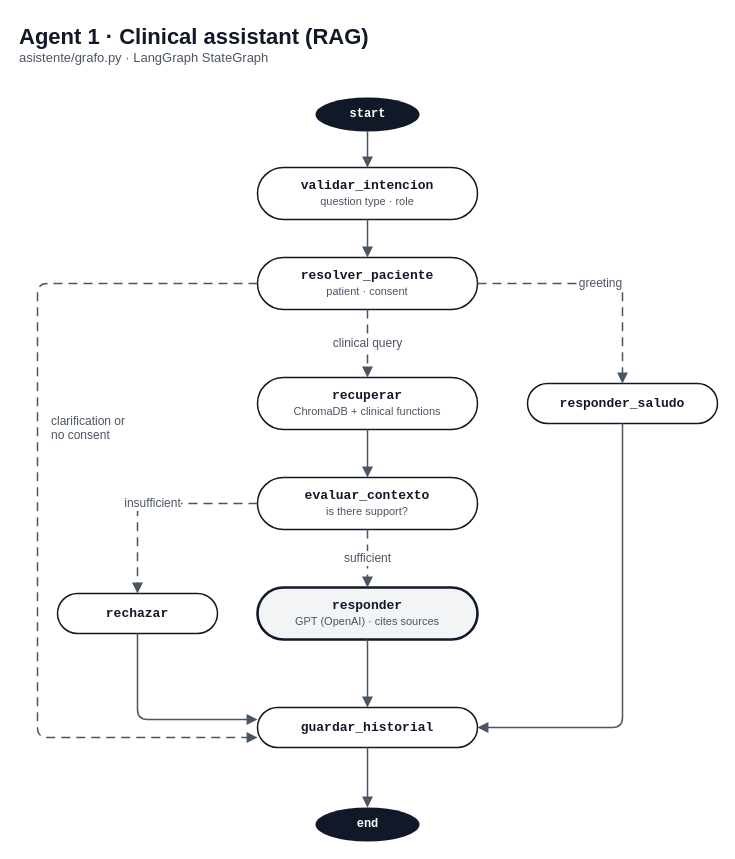
Earlier version of the draw.io diagram docs/diagramas/agente_1_asistente.drawio (Paulina0209/Proyecto_4). Source tidied: cells renumbered, new cells numbered last; positions are measured from the earlier drawing's top-left corner, leaving out a move shared by most shapes. Both pictures are drawn from the tidied source at 100%, with x=0, y=0 at pixel (17, 17).
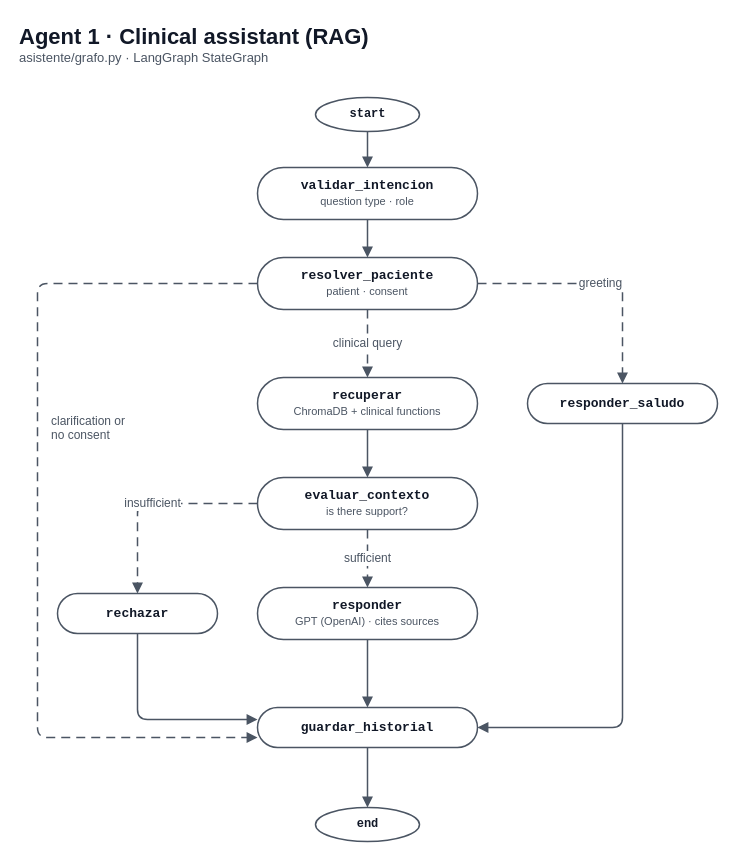
The same diagram, later.

The edit, as a diff of the source:
```diff
@@
-    <mxCell id="3" value="&lt;b&gt;start&lt;/b&gt;" style="ellipse;shape=ellipse;perimeter=ellipsePerimeter;html=1;fillColor=#111827;strokeColor=none;fontColor=#FFFFFF;fontSize=12;fontFamily=Courier New;" parent="1" vertex="1">
+    <mxCell id="3" value="&lt;b&gt;start&lt;/b&gt;" style="ellipse;shape=ellipse;perimeter=ellipsePerimeter;html=1;fillColor=#FFFFFF;strokeColor=#4B5563;fontColor=#111827;fontSize=12;fontFamily=Courier New;strokeWidth=1.5;" parent="1" vertex="1">
       <mxGeometry x="298" y="80" width="104" height="34" as="geometry" />
     </mxCell>
-    <mxCell id="4" value="&lt;b&gt;validar_intencion&lt;/b&gt;&lt;br&gt;&lt;font style=&quot;font-size:11px&quot; face=&quot;Helvetica&quot; color=&quot;#4B5563&quot;&gt;question type · role&lt;/font&gt;" style="rounded=1;arcSize=50;html=1;whiteSpace=wrap;fillColor=#FFFFFF;strokeColor=#111827;strokeWidth=1.5;fontSize=13;fontColor=#111827;fontFamily=Courier New;" parent="1" vertex="1">
+    <mxCell id="4" value="&lt;b&gt;validar_intencion&lt;/b&gt;&lt;br&gt;&lt;font style=&quot;font-size:11px&quot; face=&quot;Helvetica&quot; color=&quot;#4B5563&quot;&gt;question type · role&lt;/font&gt;" style="rounded=1;arcSize=50;html=1;whiteSpace=wrap;fillColor=#FFFFFF;strokeColor=#4B5563;strokeWidth=1.5;fontSize=13;fontColor=#111827;fontFamily=Courier New;" parent="1" vertex="1">
       <mxGeometry x="240" y="150" width="220" height="52" as="geometry" />
     </mxCell>
-    <mxCell id="5" value="&lt;b&gt;resolver_paciente&lt;/b&gt;&lt;br&gt;&lt;font style=&quot;font-size:11px&quot; face=&quot;Helvetica&quot; color=&quot;#4B5563&quot;&gt;patient · consent&lt;/font&gt;" style="rounded=1;arcSize=50;html=1;whiteSpace=wrap;fillColor=#FFFFFF;strokeColor=#111827;strokeWidth=1.5;fontSize=13;fontColor=#111827;fontFamily=Courier New;" parent="1" vertex="1">
+    <mxCell id="5" value="&lt;b&gt;resolver_paciente&lt;/b&gt;&lt;br&gt;&lt;font style=&quot;font-size:11px&quot; face=&quot;Helvetica&quot; color=&quot;#4B5563&quot;&gt;patient · consent&lt;/font&gt;" style="rounded=1;arcSize=50;html=1;whiteSpace=wrap;fillColor=#FFFFFF;strokeColor=#4B5563;strokeWidth=1.5;fontSize=13;fontColor=#111827;fontFamily=Courier New;" parent="1" vertex="1">
       <mxGeometry x="240" y="240" width="220" height="52" as="geometry" />
     </mxCell>
-    <mxCell id="6" value="&lt;b&gt;recuperar&lt;/b&gt;&lt;br&gt;&lt;font style=&quot;font-size:11px&quot; face=&quot;Helvetica&quot; color=&quot;#4B5563&quot;&gt;ChromaDB + clinical functions&lt;/font&gt;" style="rounded=1;arcSize=50;html=1;whiteSpace=wrap;fillColor=#FFFFFF;strokeColor=#111827;strokeWidth=1.5;fontSize=13;fontColor=#111827;fontFamily=Courier New;" parent="1" vertex="1">
+    <mxCell id="6" value="&lt;b&gt;recuperar&lt;/b&gt;&lt;br&gt;&lt;font style=&quot;font-size:11px&quot; face=&quot;Helvetica&quot; color=&quot;#4B5563&quot;&gt;ChromaDB + clinical functions&lt;/font&gt;" style="rounded=1;arcSize=50;html=1;whiteSpace=wrap;fillColor=#FFFFFF;strokeColor=#4B5563;strokeWidth=1.5;fontSize=13;fontColor=#111827;fontFamily=Courier New;" parent="1" vertex="1">
       <mxGeometry x="240" y="360" width="220" height="52" as="geometry" />
     </mxCell>
-    <mxCell id="7" value="&lt;b&gt;responder_saludo&lt;/b&gt;" style="rounded=1;arcSize=50;html=1;whiteSpace=wrap;fillColor=#FFFFFF;strokeColor=#111827;strokeWidth=1.5;fontSize=13;fontColor=#111827;fontFamily=Courier New;" parent="1" vertex="1">
+    <mxCell id="7" value="&lt;b&gt;responder_saludo&lt;/b&gt;" style="rounded=1;arcSize=50;html=1;whiteSpace=wrap;fillColor=#FFFFFF;strokeColor=#4B5563;strokeWidth=1.5;fontSize=13;fontColor=#111827;fontFamily=Courier New;" parent="1" vertex="1">
       <mxGeometry x="510" y="366" width="190" height="40" as="geometry" />
     </mxCell>
-    <mxCell id="8" value="&lt;b&gt;evaluar_contexto&lt;/b&gt;&lt;br&gt;&lt;font style=&quot;font-size:11px&quot; face=&quot;Helvetica&quot; color=&quot;#4B5563&quot;&gt;is there support?&lt;/font&gt;" style="rounded=1;arcSize=50;html=1;whiteSpace=wrap;fillColor=#FFFFFF;strokeColor=#111827;strokeWidth=1.5;fontSize=13;fontColor=#111827;fontFamily=Courier New;" parent="1" vertex="1">
+    <mxCell id="8" value="&lt;b&gt;evaluar_contexto&lt;/b&gt;&lt;br&gt;&lt;font style=&quot;font-size:11px&quot; face=&quot;Helvetica&quot; color=&quot;#4B5563&quot;&gt;is there support?&lt;/font&gt;" style="rounded=1;arcSize=50;html=1;whiteSpace=wrap;fillColor=#FFFFFF;strokeColor=#4B5563;strokeWidth=1.5;fontSize=13;fontColor=#111827;fontFamily=Courier New;" parent="1" vertex="1">
       <mxGeometry x="240" y="460" width="220" height="52" as="geometry" />
     </mxCell>
-    <mxCell id="9" value="&lt;b&gt;responder&lt;/b&gt;&lt;br&gt;&lt;font style=&quot;font-size:11px&quot; face=&quot;Helvetica&quot; color=&quot;#4B5563&quot;&gt;GPT (OpenAI) · cites sources&lt;/font&gt;" style="rounded=1;arcSize=50;html=1;whiteSpace=wrap;fillColor=#F3F4F6;strokeColor=#111827;strokeWidth=2.6;fontSize=13;fontColor=#111827;fontFamily=Courier New;" parent="1" vertex="1">
+    <mxCell id="9" value="&lt;b&gt;responder&lt;/b&gt;&lt;br&gt;&lt;font style=&quot;font-size:11px&quot; face=&quot;Helvetica&quot; color=&quot;#4B5563&quot;&gt;GPT (OpenAI) · cites sources&lt;/font&gt;" style="rounded=1;arcSize=50;html=1;whiteSpace=wrap;fillColor=#FFFFFF;strokeColor=#4B5563;strokeWidth=1.5;fontSize=13;fontColor=#111827;fontFamily=Courier New;" parent="1" vertex="1">
       <mxGeometry x="240" y="570" width="220" height="52" as="geometry" />
     </mxCell>
-    <mxCell id="10" value="&lt;b&gt;rechazar&lt;/b&gt;" style="rounded=1;arcSize=50;html=1;whiteSpace=wrap;fillColor=#FFFFFF;strokeColor=#111827;strokeWidth=1.5;fontSize=13;fontColor=#111827;fontFamily=Courier New;" parent="1" vertex="1">
+    <mxCell id="10" value="&lt;b&gt;rechazar&lt;/b&gt;" style="rounded=1;arcSize=50;html=1;whiteSpace=wrap;fillColor=#FFFFFF;strokeColor=#4B5563;strokeWidth=1.5;fontSize=13;fontColor=#111827;fontFamily=Courier New;" parent="1" vertex="1">
       <mxGeometry x="40" y="576" width="160" height="40" as="geometry" />
     </mxCell>
-    <mxCell id="11" value="&lt;b&gt;guardar_historial&lt;/b&gt;" style="rounded=1;arcSize=50;html=1;whiteSpace=wrap;fillColor=#FFFFFF;strokeColor=#111827;strokeWidth=1.5;fontSize=13;fontColor=#111827;fontFamily=Courier New;" parent="1" vertex="1">
+    <mxCell id="11" value="&lt;b&gt;guardar_historial&lt;/b&gt;" style="rounded=1;arcSize=50;html=1;whiteSpace=wrap;fillColor=#FFFFFF;strokeColor=#4B5563;strokeWidth=1.5;fontSize=13;fontColor=#111827;fontFamily=Courier New;" parent="1" vertex="1">
       <mxGeometry x="240" y="690" width="220" height="40" as="geometry" />
     </mxCell>
-    <mxCell id="12" value="&lt;b&gt;end&lt;/b&gt;" style="ellipse;shape=ellipse;perimeter=ellipsePerimeter;html=1;fillColor=#111827;strokeColor=none;fontColor=#FFFFFF;fontSize=12;fontFamily=Courier New;" parent="1" vertex="1">
+    <mxCell id="12" value="&lt;b&gt;end&lt;/b&gt;" style="ellipse;shape=ellipse;perimeter=ellipsePerimeter;html=1;fillColor=#FFFFFF;strokeColor=#4B5563;fontColor=#111827;fontSize=12;fontFamily=Courier New;strokeWidth=1.5;" parent="1" vertex="1">
       <mxGeometry x="298" y="790" width="104" height="34" as="geometry" />
     </mxCell>
```
